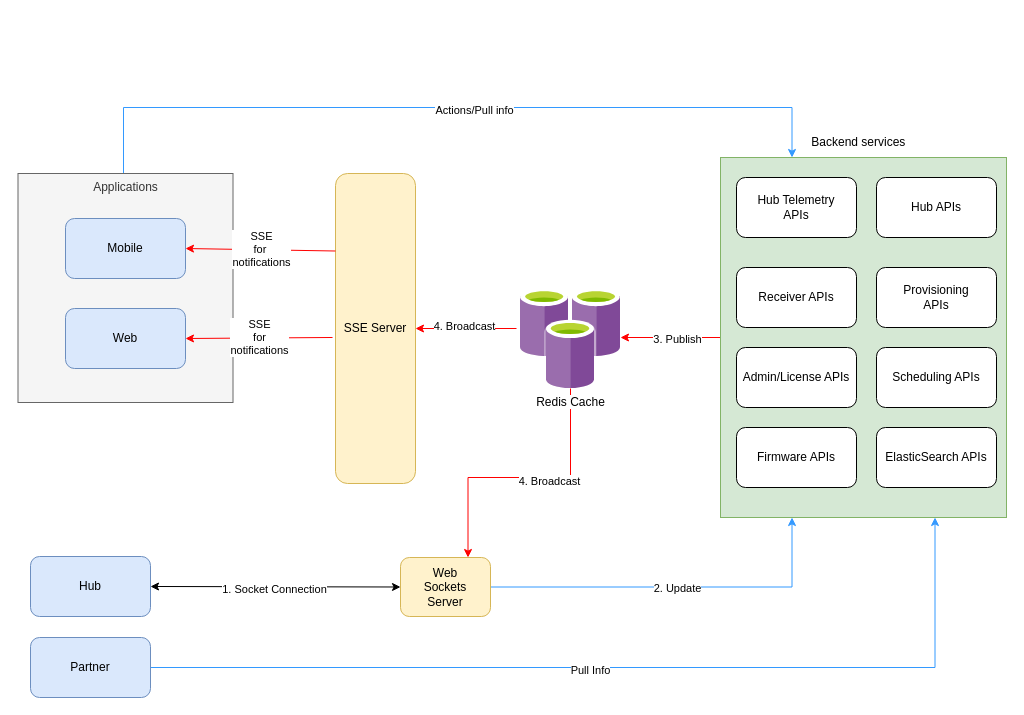
Earlier version of the draw.io diagram page "Overall" (1 of 7) of diagrams/Untitled Diagram.drawio (nadusumilli/mobileArch). Source tidied: cells renumbered, new cells numbered last; positions are measured from the earlier drawing's top-left corner, leaving out a move shared by most shapes. Both pictures are drawn from the tidied source at 100%, with x=0, y=0 at pixel (18, 107).
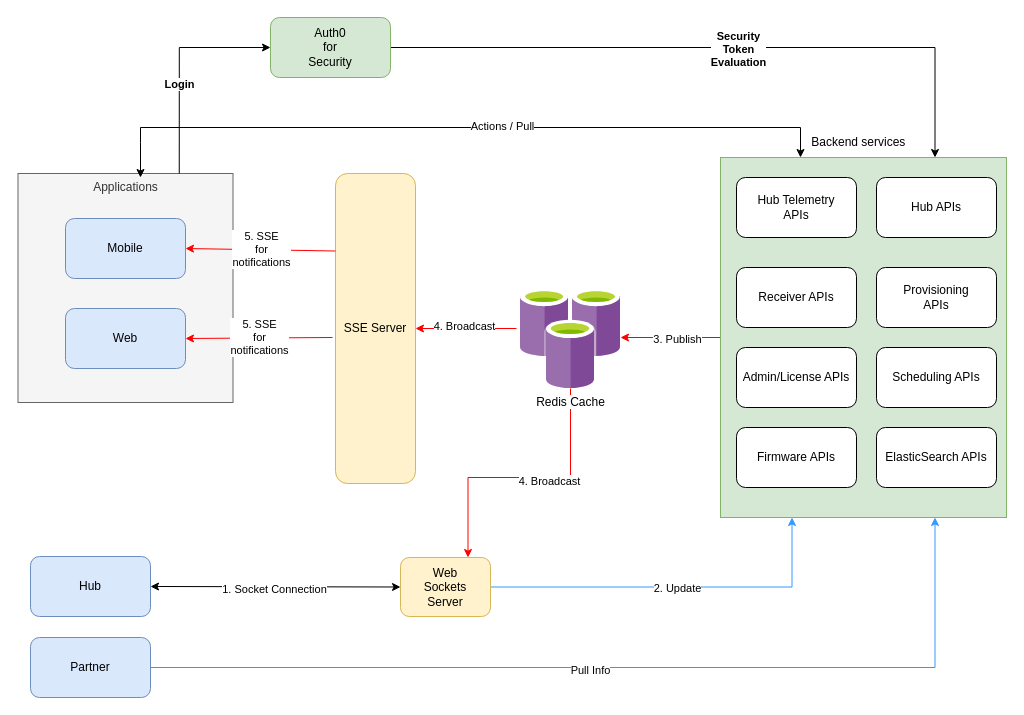
Above is the later version.

Unchanged cells that the change refers to:
```xml
<mxCell id="5" style="rounded=0;whiteSpace=wrap;html=1;fillColor=#d5e8d4;strokeColor=#82b366;" parent="1" vertex="1">
  <mxGeometry x="702" y="50" width="286" height="360" as="geometry" />
</mxCell>
<mxCell id="8" value="Applications" style="rounded=0;whiteSpace=wrap;html=1;fillColor=#f5f5f5;verticalAlign=top;fontColor=#333333;strokeColor=#666666;" parent="1" vertex="1">
  <mxGeometry x="-0.5" y="66" width="215" height="229" as="geometry" />
</mxCell>
<mxCell id="28" value="Backend services&amp;nbsp;" style="text;html=1;align=center;verticalAlign=middle;whiteSpace=wrap;rounded=0;" parent="1" vertex="1">
  <mxGeometry x="782" y="20" width="120" height="30" as="geometry" />
</mxCell>
<mxCell id="29" style="endArrow=classic;html=1;rounded=0;exitX=0;exitY=0.25;exitDx=0;exitDy=0;strokeColor=#FF0000;" parent="1" edge="1" source="23">
  <mxGeometry relative="1" as="geometry">
    <mxPoint x="167" y="141" as="targetPoint" />
  </mxGeometry>
</mxCell>
<mxCell id="31" style="endArrow=classic;html=1;rounded=0;exitX=-0.037;exitY=0.529;exitDx=0;exitDy=0;exitPerimeter=0;entryX=1;entryY=0.5;entryDx=0;entryDy=0;strokeColor=#FF0000;" parent="1" edge="1" source="23" target="10">
  <mxGeometry relative="1" as="geometry" />
</mxCell>
```

The edit, as a diff of the source:
```diff
@@
-    <mxCell id="6" style="edgeStyle=orthogonalEdgeStyle;rounded=0;jettySize=auto;html=1;entryX=0.25;entryY=0;entryDx=0;entryDy=0;strokeColor=#3399FF;" parent="1" edge="1" source="8" target="5">
-      <mxGeometry relative="1" as="geometry">
-        <Array as="points">
-          <mxPoint x="105" />
-          <mxPoint x="774" />
-        </Array>
-      </mxGeometry>
-    </mxCell>
-    <mxCell id="7" value="Actions/Pull info" style="edgeLabel;html=1;align=center;verticalAlign=middle;" parent="6" vertex="1">
-      <mxGeometry x="0.06" y="-2" relative="1" as="geometry" />
-    </mxCell>
@@
-    <mxCell id="30" value="SSE&lt;div&gt;for&amp;nbsp;&lt;/div&gt;&lt;div&gt;notifications&lt;/div&gt;" style="edgeLabel;html=1;align=center;verticalAlign=middle;" parent="29" vertex="1">
+    <mxCell id="30" value="5. SSE&lt;div&gt;for&lt;/div&gt;&lt;div&gt;notifications&lt;/div&gt;" style="edgeLabel;html=1;align=center;verticalAlign=middle;" parent="29" vertex="1">
       <mxGeometry y="-1" relative="1" as="geometry" />
     </mxCell>
@@
-    <mxCell id="32" value="SSE&lt;div&gt;for&lt;/div&gt;&lt;div&gt;notifications&lt;/div&gt;" style="edgeLabel;html=1;align=center;verticalAlign=middle;" parent="31" vertex="1">
+    <mxCell id="32" value="5. SSE&lt;div&gt;for&lt;/div&gt;&lt;div&gt;notifications&lt;/div&gt;" style="edgeLabel;html=1;align=center;verticalAlign=middle;" parent="31" vertex="1">
       <mxGeometry y="-1" relative="1" as="geometry" />
     </mxCell>
@@
+    <mxCell id="40" style="edgeStyle=orthogonalEdgeStyle;rounded=0;jettySize=auto;html=1;exitX=0.75;exitY=0;exitDx=0;exitDy=0;entryX=0;entryY=0.5;entryDx=0;entryDy=0;" parent="1" edge="1" source="8" target="44">
+      <mxGeometry relative="1" as="geometry">
+        <Array as="points">
+          <mxPoint x="161" y="-60" />
+        </Array>
+      </mxGeometry>
+    </mxCell>
+    <mxCell id="41" value="&lt;b&gt;Login&lt;/b&gt;" style="edgeLabel;html=1;align=center;verticalAlign=middle;" parent="40" vertex="1">
+      <mxGeometry x="-0.17" relative="1" as="geometry" />
+    </mxCell>
+    <mxCell id="42" style="edgeStyle=orthogonalEdgeStyle;rounded=0;jettySize=auto;html=1;exitX=1;exitY=0.5;exitDx=0;exitDy=0;entryX=0.75;entryY=0;entryDx=0;entryDy=0;" parent="1" edge="1" source="44" target="5">
+      <mxGeometry relative="1" as="geometry">
+        <Array as="points">
+          <mxPoint x="917" y="-60" />
+        </Array>
+      </mxGeometry>
+    </mxCell>
+    <mxCell id="43" value="&lt;b&gt;Security&lt;/b&gt;&lt;div&gt;&lt;b&gt;Token&lt;/b&gt;&lt;/div&gt;&lt;div&gt;&lt;b&gt;Evaluation&lt;/b&gt;&lt;/div&gt;" style="edgeLabel;html=1;align=center;verticalAlign=middle;" parent="42" vertex="1">
+      <mxGeometry x="0.06" y="-1" relative="1" as="geometry" />
+    </mxCell>
+    <mxCell id="44" value="Auth0&lt;div&gt;for&lt;/div&gt;&lt;div&gt;Security&lt;/div&gt;" style="rounded=1;whiteSpace=wrap;html=1;fillColor=#d5e8d4;strokeColor=#82b366;" parent="1" vertex="1">
+      <mxGeometry x="252" y="-90" width="120" height="60" as="geometry" />
+    </mxCell>
+    <mxCell id="45" style="endArrow=classic;startArrow=classic;html=1;rounded=0;entryX=0;entryY=1;entryDx=0;entryDy=0;" parent="1" edge="1" target="28">
+      <mxGeometry relative="1" as="geometry">
+        <mxPoint x="122" y="70" as="sourcePoint" />
+        <Array as="points">
+          <mxPoint x="122" y="35" />
+          <mxPoint x="122" y="20" />
+          <mxPoint x="782" y="20" />
+        </Array>
+      </mxGeometry>
+    </mxCell>
+    <mxCell id="46" value="Actions / Pull" style="edgeLabel;html=1;align=center;verticalAlign=middle;" parent="45" vertex="1">
+      <mxGeometry x="0.11" y="2" relative="1" as="geometry" />
+    </mxCell>
```
